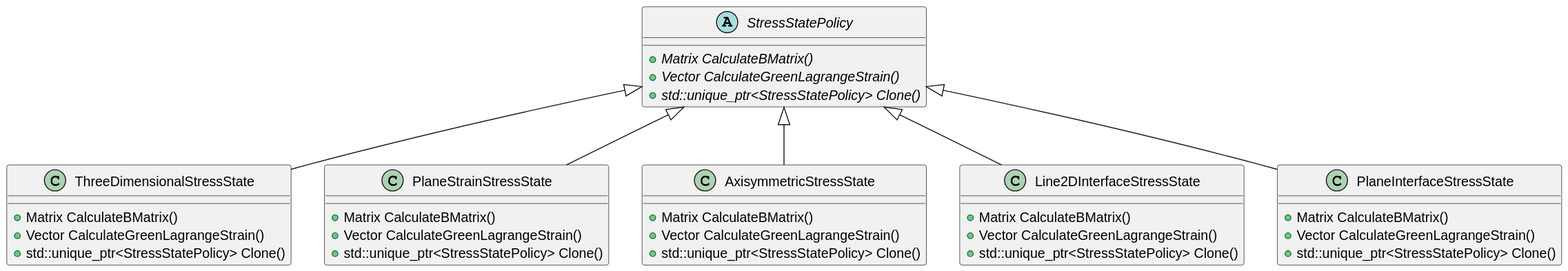
Before: applications/GeoMechanicsApplication/custom_elements/stress_state_policies.svg, a diagram exported from PlantUML (KratosMultiphysics/Kratos).
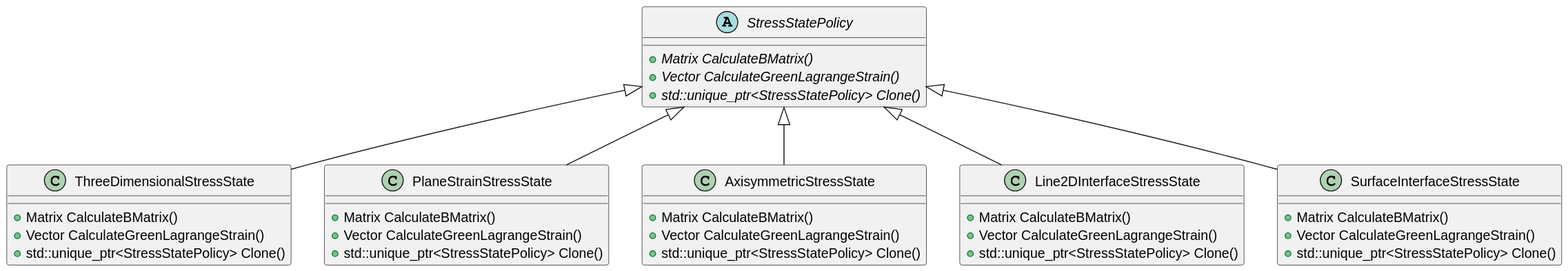
After the commit.

The edit, as a diff of the source:
```diff
@@ -30,7 +30,7 @@
   +std::unique_ptr<StressStatePolicy> Clone()
 }
 
-class PlaneInterfaceStressState {
+class SurfaceInterfaceStressState {
   +Matrix CalculateBMatrix()
   +Vector CalculateGreenLagrangeStrain()
   +std::unique_ptr<StressStatePolicy> Clone()
@@ -40,5 +40,5 @@
 StressStatePolicy <|-- PlaneStrainStressState
 StressStatePolicy <|-- AxisymmetricStressState
 StressStatePolicy <|-- Line2DInterfaceStressState
-StressStatePolicy <|-- PlaneInterfaceStressState
+StressStatePolicy <|-- SurfaceInterfaceStressState
 @enduml
```
